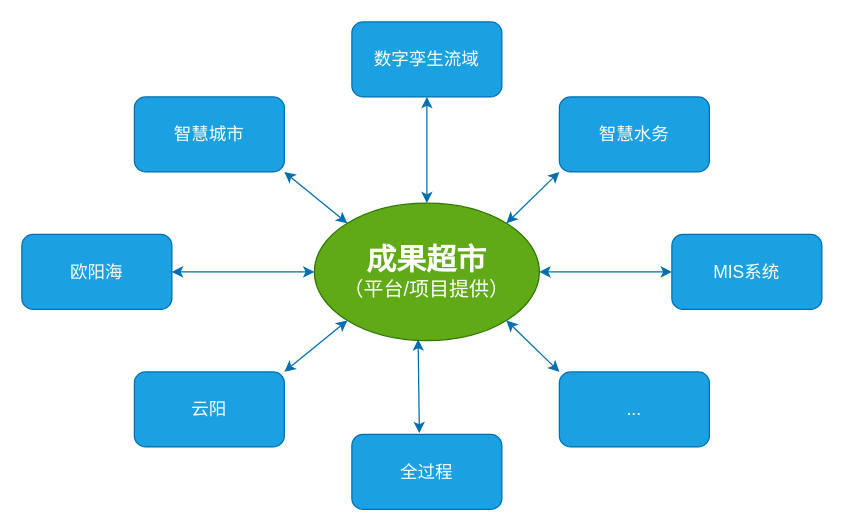
Earlier version of the draw.io diagram 低代码——成果超市.drawio (tangyaosimida/love). Source tidied: cells renumbered, new cells numbered last; positions are measured from the earlier drawing's top-left corner, leaving out a move shared by most shapes. Both pictures are drawn from the tidied source at 125%, with x=0, y=0 at pixel (21, 21).
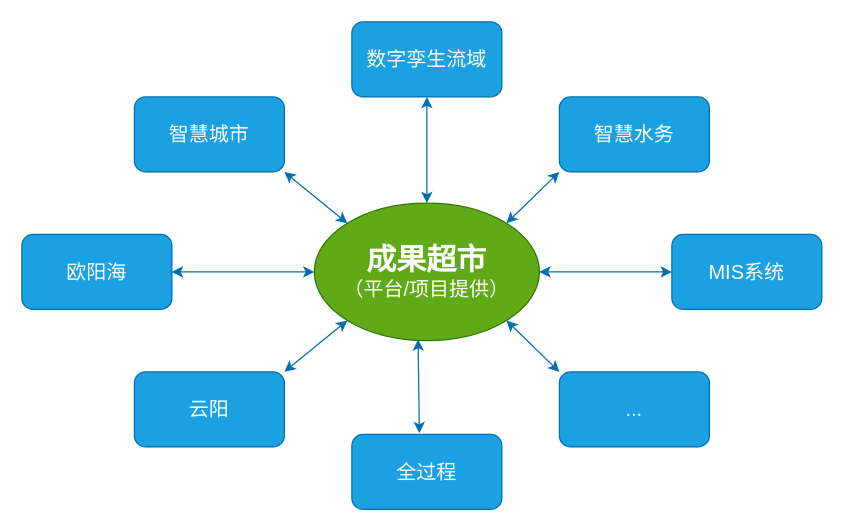
Above is the later version.

Commit message (it also covers changes not shown here):
更新低代码——成果超市.drawio

What changed in the source:
```diff
@@
 <mxGraphModel>
   <root>
     <mxCell id="0" />
     <mxCell id="1" parent="0" />
-    <mxCell id="2" value="数字孪生流域" style="rounded=1;whiteSpace=wrap;html=1;fontSize=14;fillColor=#1ba1e2;strokeColor=#006EAF;fontColor=#ffffff;" parent="1" vertex="1">
+    <mxCell id="2" value="数字孪生流域" style="rounded=1;whiteSpace=wrap;html=1;fontSize=16;fillColor=#1ba1e2;strokeColor=#006EAF;fontColor=#ffffff;" parent="1" vertex="1">
       <mxGeometry x="264" width="120" height="60" as="geometry" />
     </mxCell>
-    <mxCell id="3" value="智慧城市" style="rounded=1;whiteSpace=wrap;html=1;fontSize=14;fillColor=#1ba1e2;fontColor=#ffffff;strokeColor=#006EAF;" parent="1" vertex="1">
+    <mxCell id="3" value="智慧城市" style="rounded=1;whiteSpace=wrap;html=1;fontSize=16;fillColor=#1ba1e2;fontColor=#ffffff;strokeColor=#006EAF;" parent="1" vertex="1">
       <mxGeometry x="90" y="60" width="120" height="60" as="geometry" />
     </mxCell>
-    <mxCell id="4" value="智慧水务" style="rounded=1;whiteSpace=wrap;html=1;fontSize=14;fillColor=#1ba1e2;strokeColor=#006EAF;fontColor=#ffffff;" parent="1" vertex="1">
+    <mxCell id="4" value="智慧水务" style="rounded=1;whiteSpace=wrap;html=1;fontSize=16;fillColor=#1ba1e2;strokeColor=#006EAF;fontColor=#ffffff;" parent="1" vertex="1">
       <mxGeometry x="430" y="60" width="120" height="60" as="geometry" />
     </mxCell>
-    <mxCell id="5" value="欧阳海" style="rounded=1;whiteSpace=wrap;html=1;fontSize=14;fillColor=#1ba1e2;strokeColor=#006EAF;fontColor=#ffffff;" parent="1" vertex="1">
+    <mxCell id="5" value="欧阳海" style="rounded=1;whiteSpace=wrap;html=1;fontSize=16;fillColor=#1ba1e2;strokeColor=#006EAF;fontColor=#ffffff;" parent="1" vertex="1">
       <mxGeometry y="170" width="120" height="60" as="geometry" />
     </mxCell>
-    <mxCell id="6" value="MIS系统" style="rounded=1;whiteSpace=wrap;html=1;fontSize=14;fillColor=#1ba1e2;strokeColor=#006EAF;fontColor=#ffffff;" parent="1" vertex="1">
+    <mxCell id="6" value="MIS系统" style="rounded=1;whiteSpace=wrap;html=1;fontSize=16;fillColor=#1ba1e2;strokeColor=#006EAF;fontColor=#ffffff;" parent="1" vertex="1">
       <mxGeometry x="520" y="170" width="120" height="60" as="geometry" />
     </mxCell>
-    <mxCell id="7" value="云阳" style="rounded=1;whiteSpace=wrap;html=1;fontSize=14;fillColor=#1ba1e2;strokeColor=#006EAF;fontColor=#ffffff;" parent="1" vertex="1">
+    <mxCell id="7" value="云阳" style="rounded=1;whiteSpace=wrap;html=1;fontSize=16;fillColor=#1ba1e2;strokeColor=#006EAF;fontColor=#ffffff;" parent="1" vertex="1">
       <mxGeometry x="90" y="280" width="120" height="60" as="geometry" />
     </mxCell>
-    <mxCell id="8" value="..." style="rounded=1;whiteSpace=wrap;html=1;fontSize=14;fillColor=#1ba1e2;strokeColor=#006EAF;fontColor=#ffffff;" parent="1" vertex="1">
+    <mxCell id="8" value="..." style="rounded=1;whiteSpace=wrap;html=1;fontSize=16;fillColor=#1ba1e2;strokeColor=#006EAF;fontColor=#ffffff;" parent="1" vertex="1">
       <mxGeometry x="430" y="280" width="120" height="60" as="geometry" />
     </mxCell>
-    <mxCell id="9" value="全过程" style="rounded=1;whiteSpace=wrap;html=1;fontSize=14;fillColor=#1ba1e2;strokeColor=#006EAF;fontColor=#ffffff;" parent="1" vertex="1">
+    <mxCell id="9" value="全过程" style="rounded=1;whiteSpace=wrap;html=1;fontSize=16;fillColor=#1ba1e2;strokeColor=#006EAF;fontColor=#ffffff;" parent="1" vertex="1">
       <mxGeometry x="264" y="330" width="120" height="60" as="geometry" />
     </mxCell>
     <mxCell id="10" value="&lt;font style=&quot;font-size: 24px;&quot;&gt;&lt;b&gt;成果超市&lt;/b&gt;&lt;/font&gt;&lt;div&gt;&lt;font size=&quot;3&quot;&gt;（平台/项目提供）&lt;/font&gt;&lt;/div&gt;" style="ellipse;whiteSpace=wrap;html=1;fillColor=#60a917;strokeColor=#2D7600;fontColor=#ffffff;" parent="1" vertex="1">
       <mxGeometry x="234" y="145" width="180" height="110" as="geometry" />
     </mxCell>
     <mxCell id="11" style="endArrow=classic;startArrow=classic;html=1;rounded=0;exitX=0.5;exitY=0;exitDx=0;exitDy=0;fillColor=#1ba1e2;strokeColor=#006EAF;" parent="1" edge="1" source="10" target="2">
       <mxGeometry relative="1" as="geometry" />
     </mxCell>
     <mxCell id="12" style="endArrow=classic;startArrow=classic;html=1;rounded=0;entryX=0;entryY=1;entryDx=0;entryDy=0;exitX=1;exitY=0;exitDx=0;exitDy=0;fillColor=#1ba1e2;strokeColor=#006EAF;" parent="1" edge="1" source="10" target="4">
       <mxGeometry relative="1" as="geometry" />
     </mxCell>
     <mxCell id="13" style="endArrow=classic;startArrow=classic;html=1;rounded=0;exitX=1;exitY=0.5;exitDx=0;exitDy=0;entryX=0;entryY=0.5;entryDx=0;entryDy=0;fillColor=#1ba1e2;strokeColor=#006EAF;" parent="1" edge="1" source="10" target="6">
       <mxGeometry relative="1" as="geometry" />
     </mxCell>
     <mxCell id="14" style="endArrow=classic;startArrow=classic;html=1;rounded=0;exitX=1;exitY=1;exitDx=0;exitDy=0;entryX=0;entryY=0;entryDx=0;entryDy=0;fillColor=#1ba1e2;strokeColor=#006EAF;" parent="1" edge="1" source="10" target="8">
       <mxGeometry relative="1" as="geometry" />
     </mxCell>
     <mxCell id="15" style="endArrow=classic;startArrow=classic;html=1;rounded=0;exitX=0;exitY=0;exitDx=0;exitDy=0;entryX=1;entryY=1;entryDx=0;entryDy=0;fillColor=#1ba1e2;strokeColor=#006EAF;" parent="1" edge="1" source="10" target="3">
       <mxGeometry relative="1" as="geometry" />
     </mxCell>
     <mxCell id="16" style="endArrow=classic;startArrow=classic;html=1;rounded=0;exitX=0;exitY=0.5;exitDx=0;exitDy=0;entryX=1;entryY=0.5;entryDx=0;entryDy=0;fillColor=#1ba1e2;strokeColor=#006EAF;" parent="1" edge="1" source="10" target="5">
       <mxGeometry relative="1" as="geometry" />
     </mxCell>
     <mxCell id="17" style="endArrow=classic;startArrow=classic;html=1;rounded=0;exitX=0;exitY=1;exitDx=0;exitDy=0;entryX=1;entryY=0;entryDx=0;entryDy=0;fillColor=#1ba1e2;strokeColor=#006EAF;" parent="1" edge="1" source="10" target="7">
       <mxGeometry relative="1" as="geometry" />
     </mxCell>
     <mxCell id="18" style="endArrow=classic;startArrow=classic;html=1;rounded=0;exitX=0.461;exitY=0.991;exitDx=0;exitDy=0;entryX=0.45;entryY=-0.017;entryDx=0;entryDy=0;exitPerimeter=0;entryPerimeter=0;fillColor=#1ba1e2;strokeColor=#006EAF;" parent="1" edge="1" source="10" target="9">
       <mxGeometry relative="1" as="geometry" />
     </mxCell>
   </root>
 </mxGraphModel>
```
